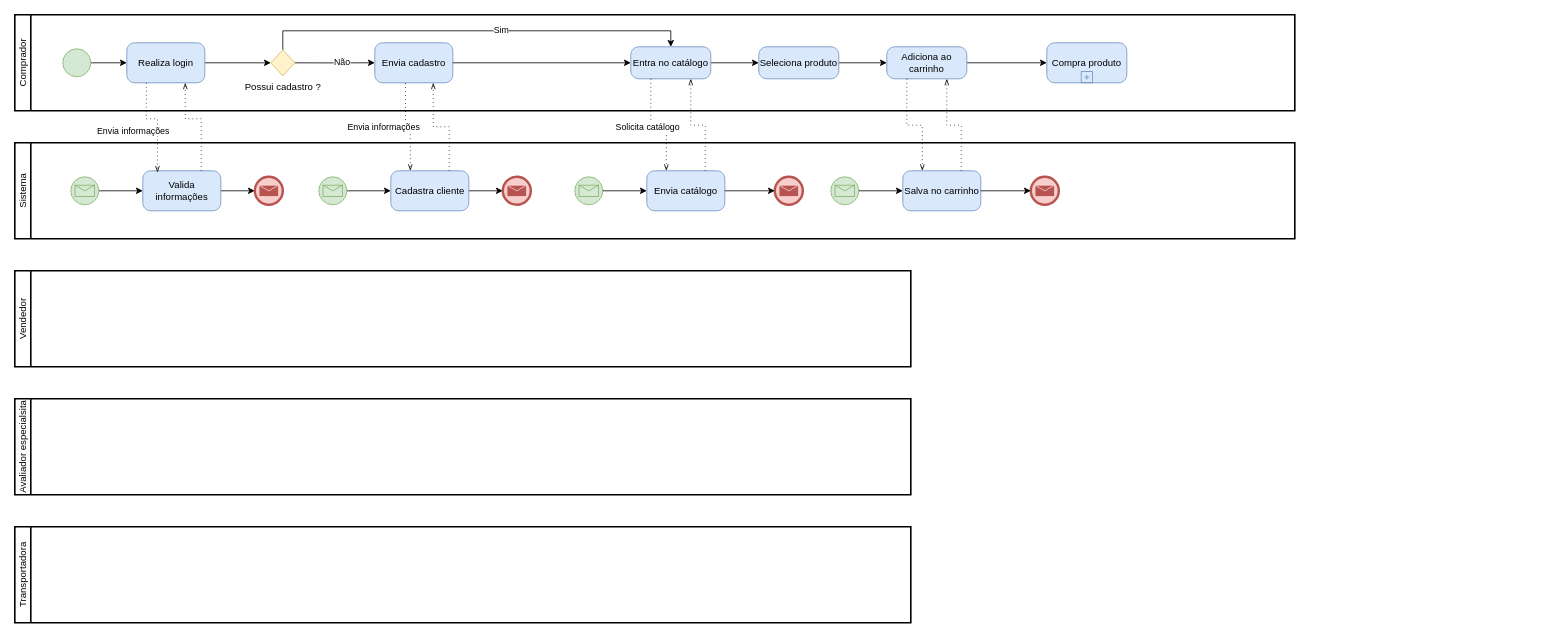
luca-moraes/projetoCorintoModelagem keeps this draw.io diagram as page "Modelo To Be" (2 of 2) of DPN/ModelagemProcessoNegocio.drawio. Above is the earlier version. Source tidied: cells renumbered, new cells numbered last; positions are measured from the earlier drawing's top-left corner, leaving out a move shared by most shapes. Both pictures are drawn from the tidied source at 80%, with x=0, y=0 at pixel (14, 14).
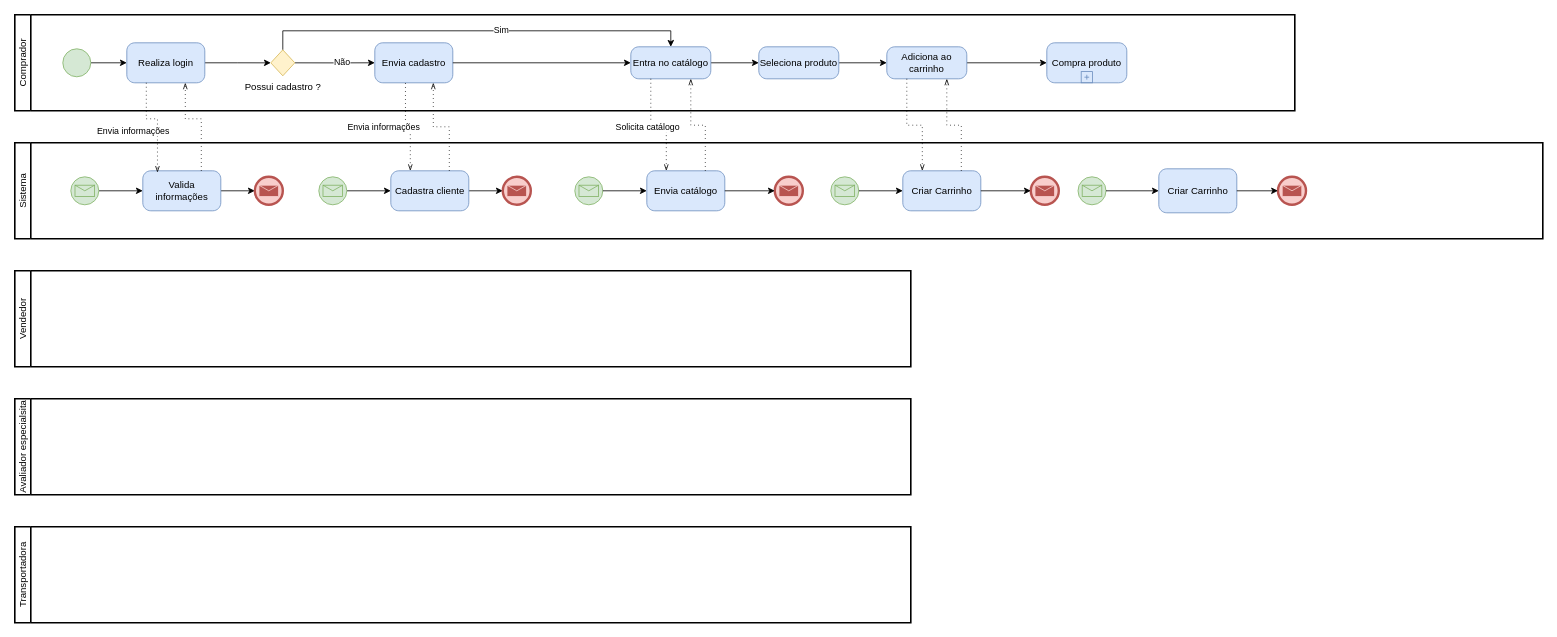
After the change.

Diff of the diagram source:
```diff
@@
     <mxCell id="2" value="Sistema" style="swimlane;html=1;startSize=20;fontStyle=0;horizontal=0;swimlaneLine=1;swimlaneFillColor=#ffffff;strokeWidth=2;whiteSpace=wrap;" parent="1" vertex="1">
-      <mxGeometry y="160" width="1600" height="120" as="geometry" />
+      <mxGeometry y="160" width="1910" height="120" as="geometry" />
     </mxCell>
@@
-    <mxCell id="19" value="Salva no carrinho" style="points=[[0.25,0,0],[0.5,0,0],[0.75,0,0],[1,0.25,0],[1,0.5,0],[1,0.75,0],[0.75,1,0],[0.5,1,0],[0.25,1,0],[0,0.75,0],[0,0.5,0],[0,0.25,0]];shape=mxgraph.bpmn.task;whiteSpace=wrap;rectStyle=rounded;size=10;html=1;taskMarker=abstract;fillColor=#dae8fc;strokeColor=#6c8ebf;" parent="2" vertex="1">
+    <mxCell id="19" value="Criar Carrinho" style="points=[[0.25,0,0],[0.5,0,0],[0.75,0,0],[1,0.25,0],[1,0.5,0],[1,0.75,0],[0.75,1,0],[0.5,1,0],[0.25,1,0],[0,0.75,0],[0,0.5,0],[0,0.25,0]];shape=mxgraph.bpmn.task;whiteSpace=wrap;rectStyle=rounded;size=10;html=1;taskMarker=abstract;fillColor=#dae8fc;strokeColor=#6c8ebf;" parent="2" vertex="1">
       <mxGeometry x="1110" y="35" width="97.5" height="50" as="geometry" />
     </mxCell>
@@
+    <mxCell id="62" style="points=[[0.145,0.145,0],[0.5,0,0],[0.855,0.145,0],[1,0.5,0],[0.855,0.855,0],[0.5,1,0],[0.145,0.855,0],[0,0.5,0]];shape=mxgraph.bpmn.event;html=1;verticalLabelPosition=bottom;labelBackgroundColor=#ffffff;verticalAlign=top;align=center;perimeter=ellipsePerimeter;outlineConnect=0;outline=standard;symbol=message;fillColor=#d5e8d4;strokeColor=#82b366;" parent="2" vertex="1">
+      <mxGeometry x="1329" y="42.5" width="35" height="35" as="geometry" />
+    </mxCell>
+    <mxCell id="63" value="Criar Carrinho" style="points=[[0.25,0,0],[0.5,0,0],[0.75,0,0],[1,0.25,0],[1,0.5,0],[1,0.75,0],[0.75,1,0],[0.5,1,0],[0.25,1,0],[0,0.75,0],[0,0.5,0],[0,0.25,0]];shape=mxgraph.bpmn.task;whiteSpace=wrap;rectStyle=rounded;size=10;html=1;taskMarker=abstract;fillColor=#dae8fc;strokeColor=#6c8ebf;" parent="2" vertex="1">
+      <mxGeometry x="1430" y="32.5" width="97.5" height="55" as="geometry" />
+    </mxCell>
+    <mxCell id="64" style="edgeStyle=orthogonalEdgeStyle;rounded=0;jettySize=auto;html=1;entryX=0;entryY=0.5;entryDx=0;entryDy=0;entryPerimeter=0;" parent="2" edge="1" source="62" target="63">
+      <mxGeometry relative="1" as="geometry">
+        <Array as="points">
+          <mxPoint x="1419" y="60" />
+        </Array>
+      </mxGeometry>
+    </mxCell>
+    <mxCell id="65" style="points=[[0.145,0.145,0],[0.5,0,0],[0.855,0.145,0],[1,0.5,0],[0.855,0.855,0],[0.5,1,0],[0.145,0.855,0],[0,0.5,0]];shape=mxgraph.bpmn.event;html=1;verticalLabelPosition=bottom;labelBackgroundColor=#ffffff;verticalAlign=top;align=center;perimeter=ellipsePerimeter;outlineConnect=0;outline=end;symbol=message;fillColor=#f8cecc;strokeColor=#b85450;" parent="2" vertex="1">
+      <mxGeometry x="1579" y="42.5" width="35" height="35" as="geometry" />
+    </mxCell>
+    <mxCell id="66" style="edgeStyle=orthogonalEdgeStyle;rounded=0;jettySize=auto;html=1;" parent="2" edge="1" source="63" target="65">
+      <mxGeometry relative="1" as="geometry" />
+    </mxCell>
```
